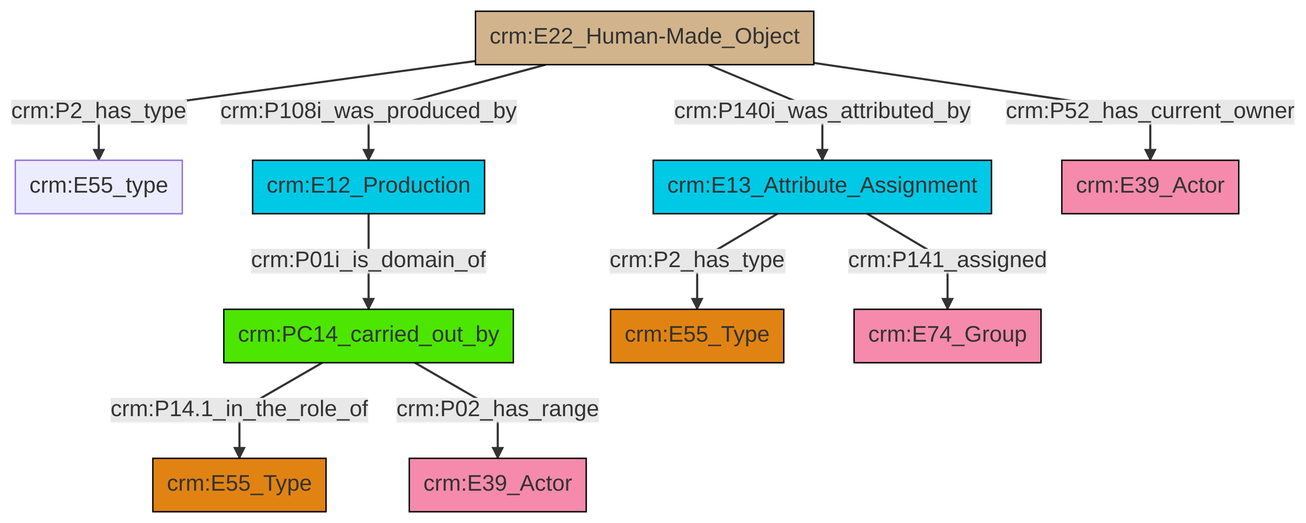
The Mermaid diagram et/builtWorkCSV/ttl/mmd/png/Built_Work_actor_relations.png in swiss-art-research-net/docs.swissartresearch, before a commit. Its source is kept beside it as et/builtWorkCSV/ttl/mmd/Built_Work_actor_relations.ttl.mmd.
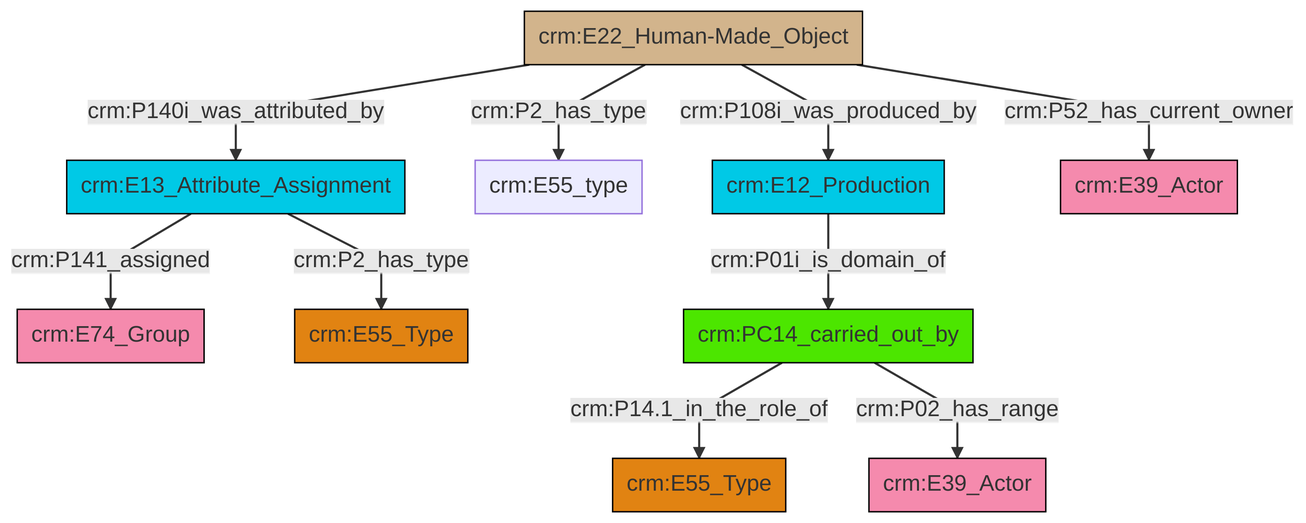
Later version of the same file.

The edit, as a diff of the source:
```diff
@@ -13,12 +13,12 @@
 classDef PC_Classes fill:#4ce600, stroke:#000000;
 classDef Multi fill:#cccccc,stroke:#000000;
 
-2["crm:PC14_carried_out_by"]:::PC_Classes -->|crm:P14.1_in_the_role_of| 3["crm:E55_Type"]:::Type
-4["crm:E13_Attribute_Assignment"]:::Temporal_Entity -->|crm:P2_has_type| 5["crm:E55_Type"]:::Type
-6["crm:E12_Production"]:::Temporal_Entity -->|crm:P01i_is_domain_of| 2["crm:PC14_carried_out_by"]:::PC_Classes
-4["crm:E13_Attribute_Assignment"]:::Temporal_Entity -->|crm:P141_assigned| 7["crm:E74_Group"]:::Actor
-2["crm:PC14_carried_out_by"]:::PC_Classes -->|crm:P02_has_range| 9["crm:E39_Actor"]:::Actor
-10["crm:E22_Human-Made_Object"]:::Physical_Thing -->|crm:P2_has_type| 0["crm:E55_type"]:::Default
-10["crm:E22_Human-Made_Object"]:::Physical_Thing -->|crm:P108i_was_produced_by| 6["crm:E12_Production"]:::Temporal_Entity
-10["crm:E22_Human-Made_Object"]:::Physical_Thing -->|crm:P140i_was_attributed_by| 4["crm:E13_Attribute_Assignment"]:::Temporal_Entity
-10["crm:E22_Human-Made_Object"]:::Physical_Thing -->|crm:P52_has_current_owner| 11["crm:E39_Actor"]:::Actor
+0["crm:E22_Human-Made_Object"]:::Physical_Thing -->|crm:P108i_was_produced_by| 1["crm:E12_Production"]:::Temporal_Entity
+0["crm:E22_Human-Made_Object"]:::Physical_Thing -->|crm:P2_has_type| 2["crm:E55_type"]:::Default
+3["crm:E13_Attribute_Assignment"]:::Temporal_Entity -->|crm:P141_assigned| 4["crm:E74_Group"]:::Actor
+3["crm:E13_Attribute_Assignment"]:::Temporal_Entity -->|crm:P2_has_type| 5["crm:E55_Type"]:::Type
+10["crm:PC14_carried_out_by"]:::PC_Classes -->|crm:P14.1_in_the_role_of| 8["crm:E55_Type"]:::Type
+0["crm:E22_Human-Made_Object"]:::Physical_Thing -->|crm:P52_has_current_owner| 16["crm:E39_Actor"]:::Actor
+0["crm:E22_Human-Made_Object"]:::Physical_Thing -->|crm:P140i_was_attributed_by| 3["crm:E13_Attribute_Assignment"]:::Temporal_Entity
+1["crm:E12_Production"]:::Temporal_Entity -->|crm:P01i_is_domain_of| 10["crm:PC14_carried_out_by"]:::PC_Classes
+10["crm:PC14_carried_out_by"]:::PC_Classes -->|crm:P02_has_range| 12["crm:E39_Actor"]:::Actor
```
